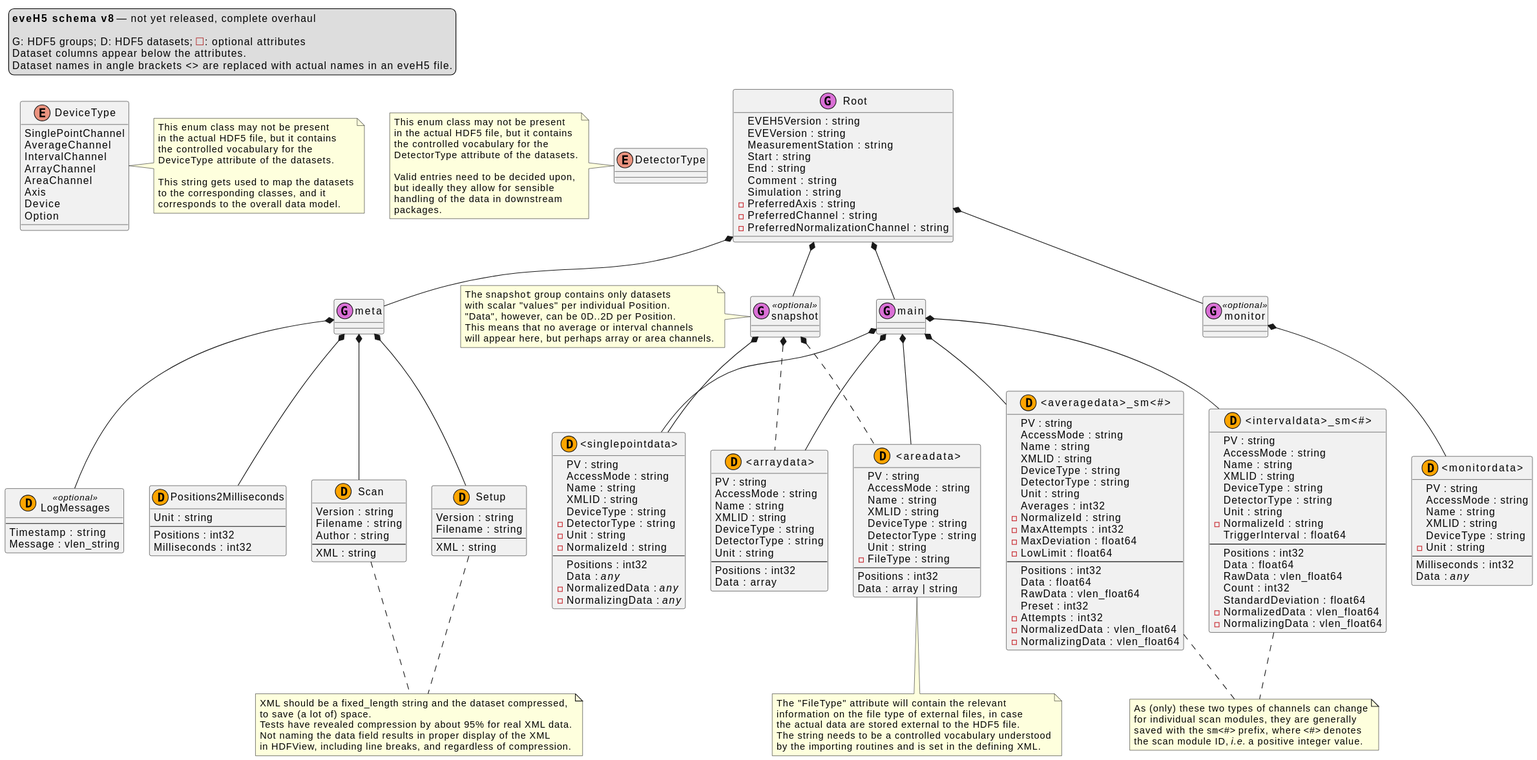
The PlantUML diagram docs/uml/eveh5-v8.svg in tillbiskup/evedata, before a commit.
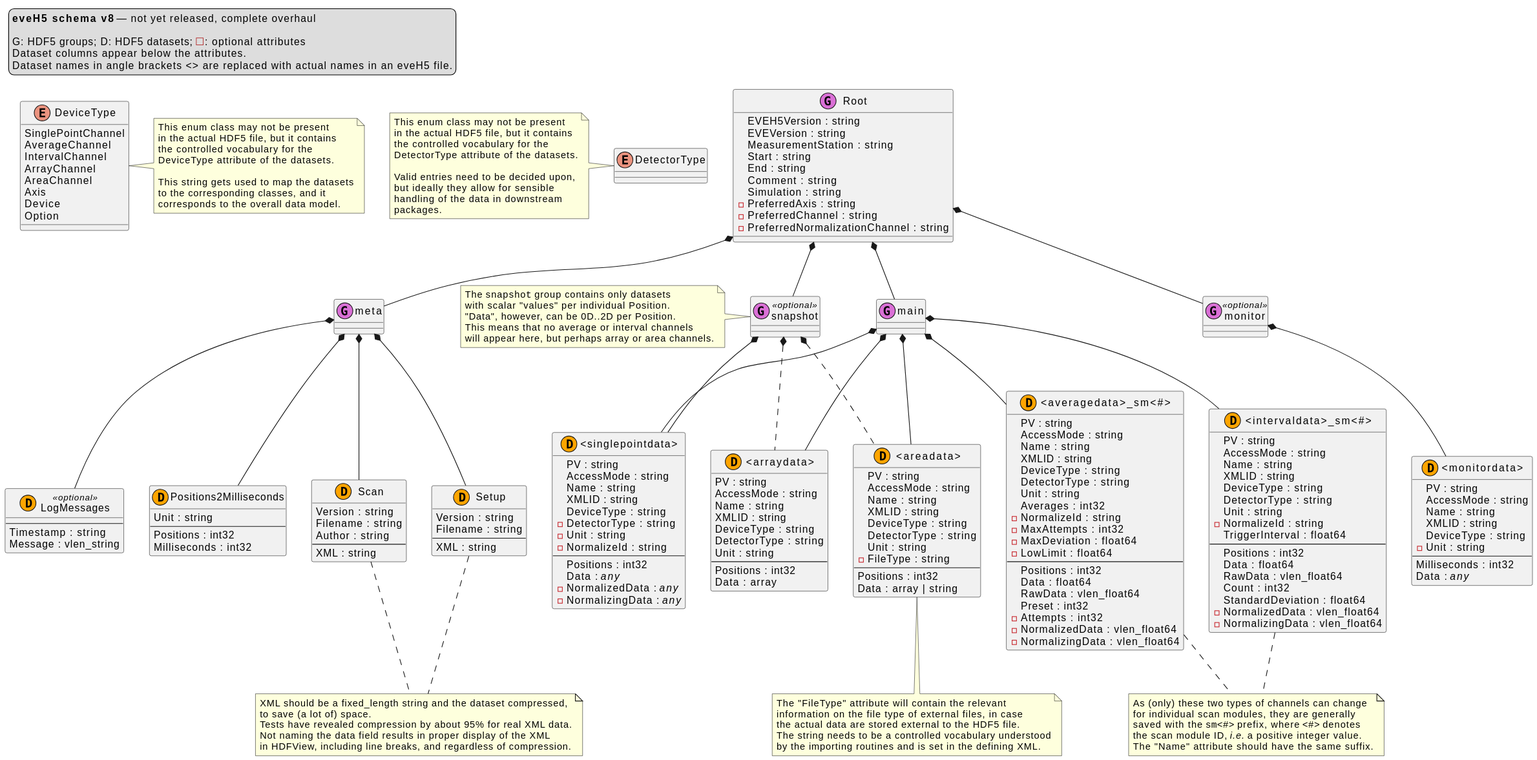
Later version of the same file.

Change to the diagram source:
```diff
@@ -159,6 +159,7 @@
     for individual scan modules, they are generally
     saved with the ""sm<#>"" prefix, where ""<#>"" denotes
     the scan module ID, <i>i.e.</i> a positive integer value.
+    The "Name" attribute should have the same suffix.
 end note
 
 "<intervaldata>_sm<#>" .. sm_channel_note
```
